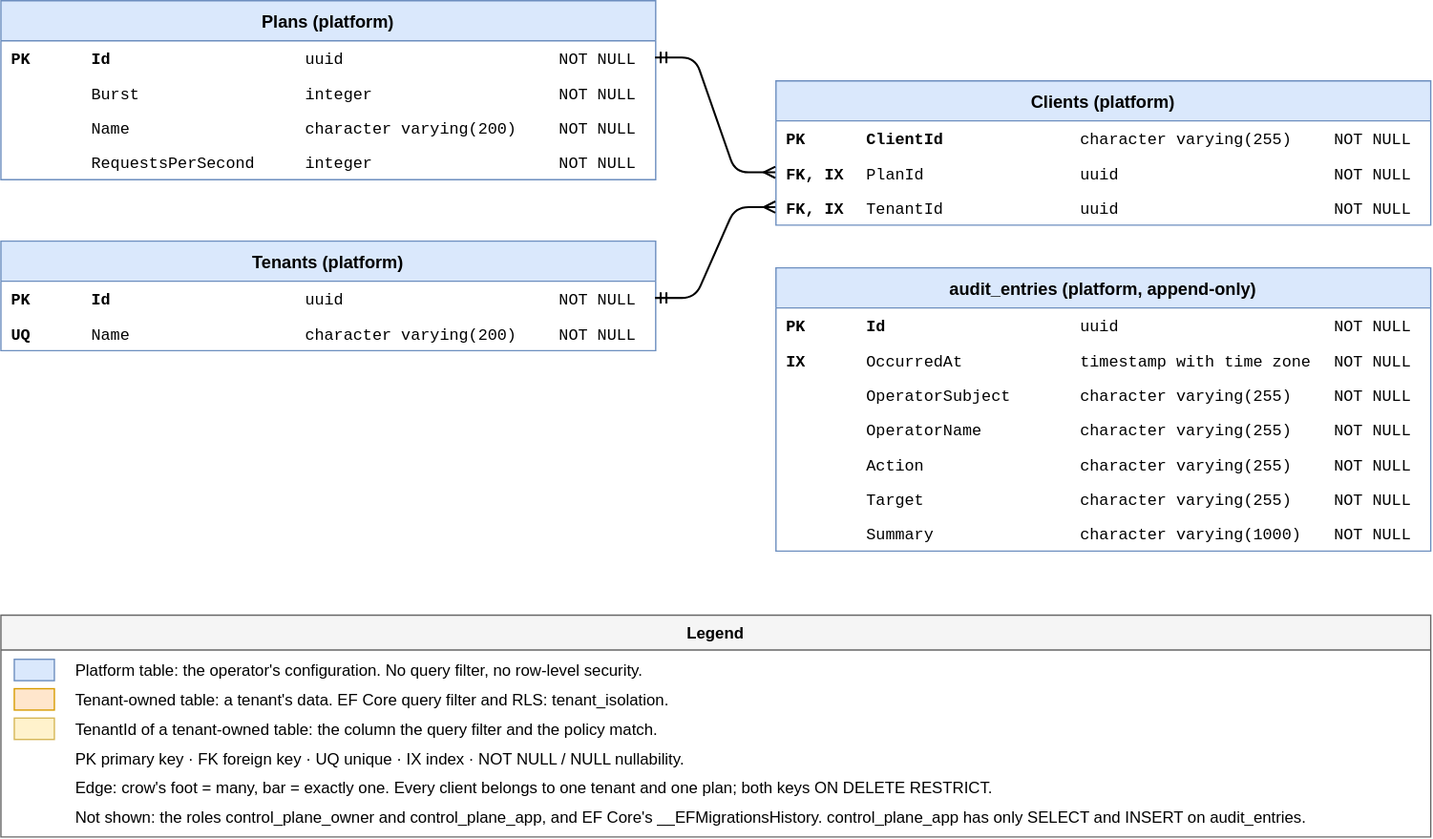
Before: docs/architecture/data-model-control-plane.drawio.svg, a diagram exported from draw.io (data-worx/homeport). Source tidied: cells renumbered, new cells last; positions are measured from the earlier drawing's top-left corner, leaving out a move shared by most shapes.
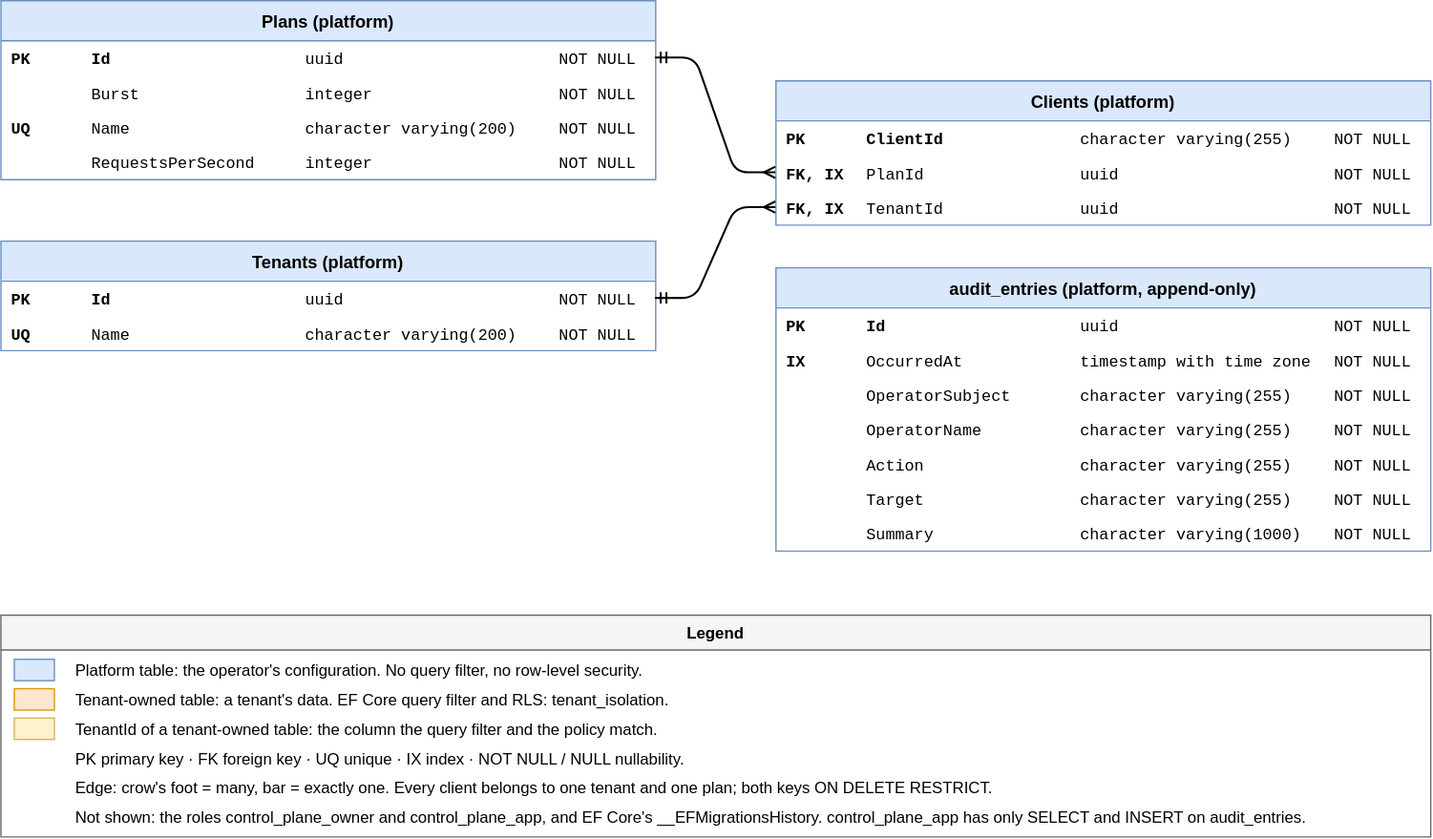
After the change.

Change to the diagram source:
```diff
@@ -56,7 +56,7 @@
     <mxCell id="19" value="NOT NULL" style="text;html=0;strokeColor=none;fillColor=none;fontFamily=Courier New;fontSize=12;align=left;verticalAlign=middle;spacingLeft=6;" parent="11" vertex="1">
       <mxGeometry x="410" y="56" width="80" height="26" as="geometry" />
     </mxCell>
-    <mxCell id="20" style="text;html=0;strokeColor=none;fillColor=none;fontFamily=Courier New;fontSize=12;align=left;verticalAlign=middle;spacingLeft=6;fontStyle=1;" parent="11" vertex="1">
+    <mxCell id="20" value="UQ" style="text;html=0;strokeColor=none;fillColor=none;fontFamily=Courier New;fontSize=12;align=left;verticalAlign=middle;spacingLeft=6;fontStyle=1;" parent="11" vertex="1">
       <mxGeometry y="82" width="60" height="26" as="geometry" />
     </mxCell>
     <mxCell id="21" value="Name" style="text;html=0;strokeColor=none;fillColor=none;fontFamily=Courier New;fontSize=12;align=left;verticalAlign=middle;spacingLeft=6;" parent="11" vertex="1">
```
